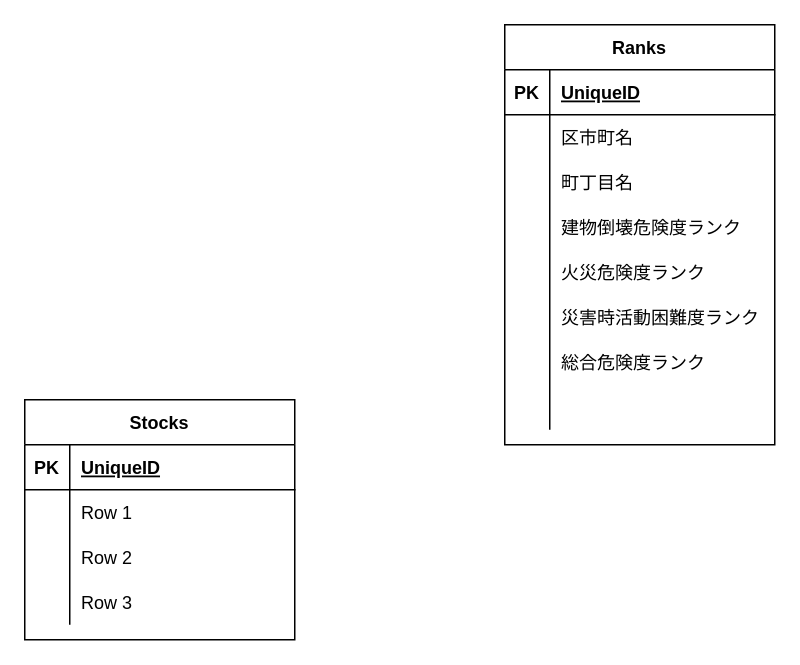
Above: 名称未設定ファイル.drawio in ooooose/Line-bot (draw.io), before the change. Source tidied: cells renumbered, new cells numbered last; positions are measured from the earlier drawing's top-left corner, leaving out a move shared by most shapes. Both pictures are drawn from the tidied source at 150%, with x=0, y=0 at pixel (24, 24).
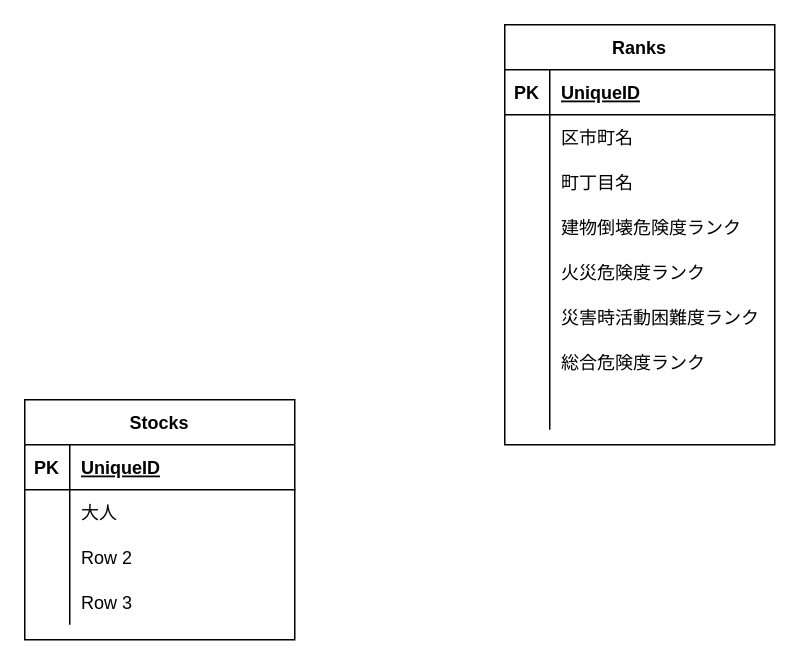
After the change.

Commit message (it also covers changes not shown here):
名称未設定ファイル.drawio を更新します

The change refers to these unchanged cells:
```xml
<mxCell id="31" style="shape=tableRow;horizontal=0;startSize=0;swimlaneHead=0;swimlaneBody=0;fillColor=none;top=0;left=0;right=0;bottom=0;" parent="27" vertex="1">
  <mxGeometry y="60" width="180" height="30" as="geometry" />
</mxCell>
```

Change to the diagram source:
```diff
@@
-    <mxCell id="33" value="Row 1" style="shape=partialRectangle;fillColor=none;top=0;left=0;bottom=0;right=0;align=left;spacingLeft=6;overflow=hidden;" parent="31" vertex="1">
+    <mxCell id="33" value="大人" style="shape=partialRectangle;fillColor=none;top=0;left=0;bottom=0;right=0;align=left;spacingLeft=6;overflow=hidden;" parent="31" vertex="1">
       <mxGeometry x="30" width="150" height="30" as="geometry" />
     </mxCell>
```
